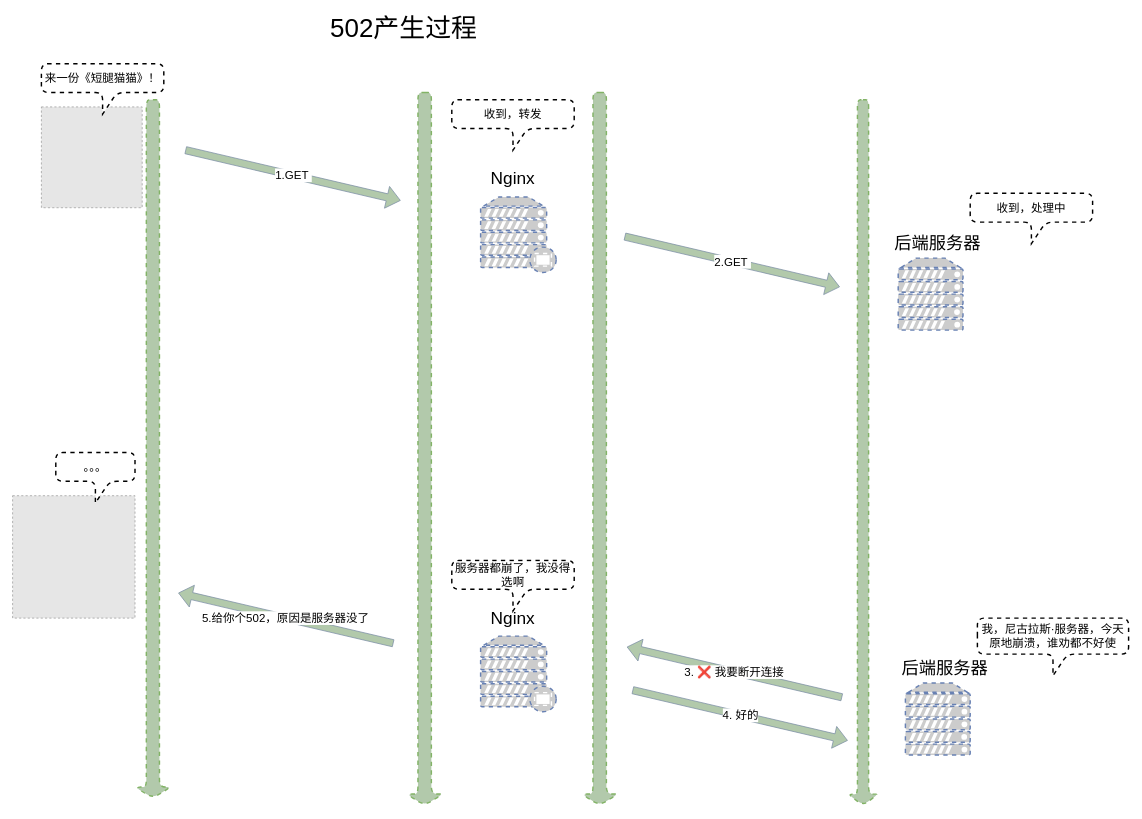
Earlier version of the draw.io diagram network/502的过程.drawio (xiaobaiTech/image). Source tidied: cells renumbered, new cells numbered last; positions are measured from the earlier drawing's top-left corner, leaving out a move shared by most shapes. Both pictures are drawn from the tidied source at 72%, with x=0, y=0 at pixel (12, 20). Pictures stored in the file or linked from it are replaced by grey dashed boxes.
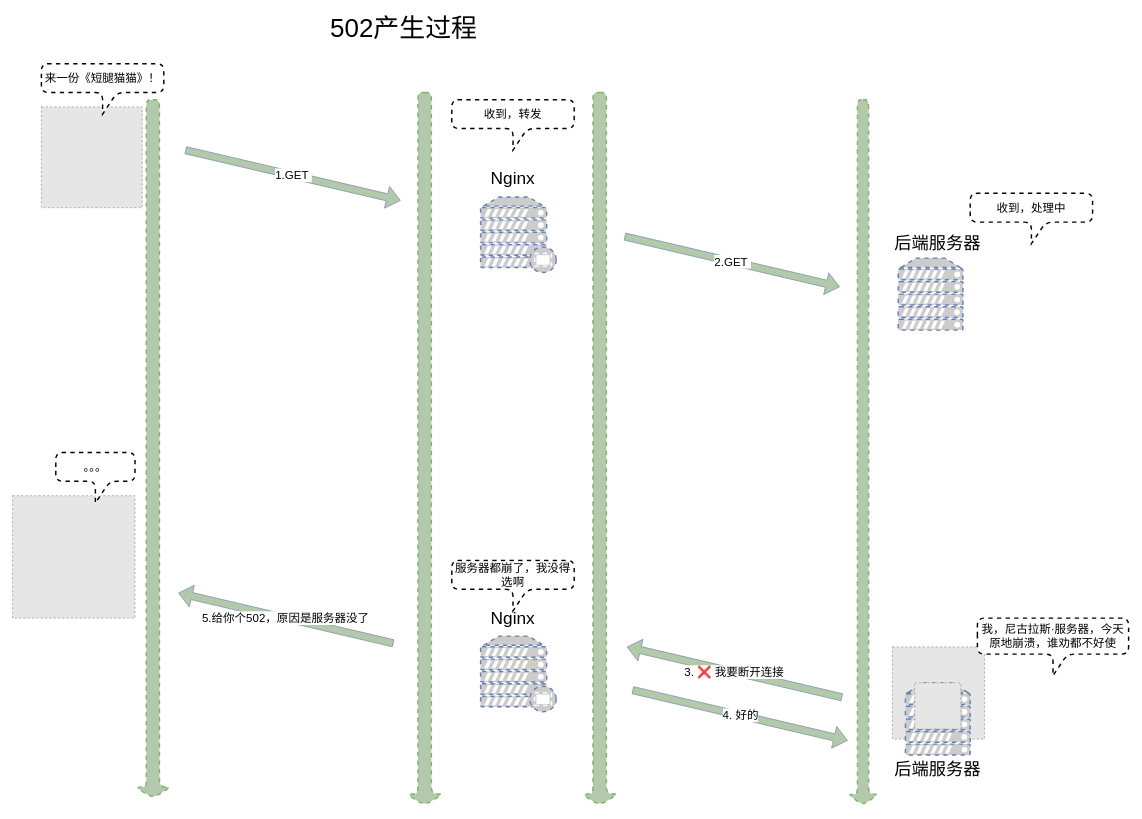
After the change.

Change to the diagram source:
```diff
@@
+    <mxCell id="28" style="fillColor=#E6E6E6;strokeColor=#999999;dashed=1;html=1;verticalAlign=top;verticalLabelPosition=bottom;labelBackgroundColor=#ffffff;" parent="1" vertex="1">
+      <mxGeometry x="1222" y="870" width="128" height="128" as="geometry" />
+    </mxCell>
@@
     <mxCell id="24" value="&lt;font style=&quot;font-size: 24px&quot;&gt;后端服务器&lt;/font&gt;" style="text;html=1;strokeColor=none;fillColor=none;align=center;verticalAlign=middle;whiteSpace=wrap;rounded=0;shadow=0;dashed=1;labelBackgroundColor=none;sketch=0;fontSize=16;fontColor=#000000;" parent="1" vertex="1">
-      <mxGeometry x="1230" y="890" width="130" height="20" as="geometry" />
+      <mxGeometry x="1220" y="1030" width="130" height="20" as="geometry" />
     </mxCell>
@@
+    <mxCell id="29" style="fillColor=#E6E6E6;strokeColor=#999999;dashed=1;html=1;verticalAlign=top;verticalLabelPosition=bottom;labelBackgroundColor=#ffffff;" parent="1" vertex="1">
+      <mxGeometry x="1253" y="920" width="64" height="64" as="geometry" />
+    </mxCell>
```
